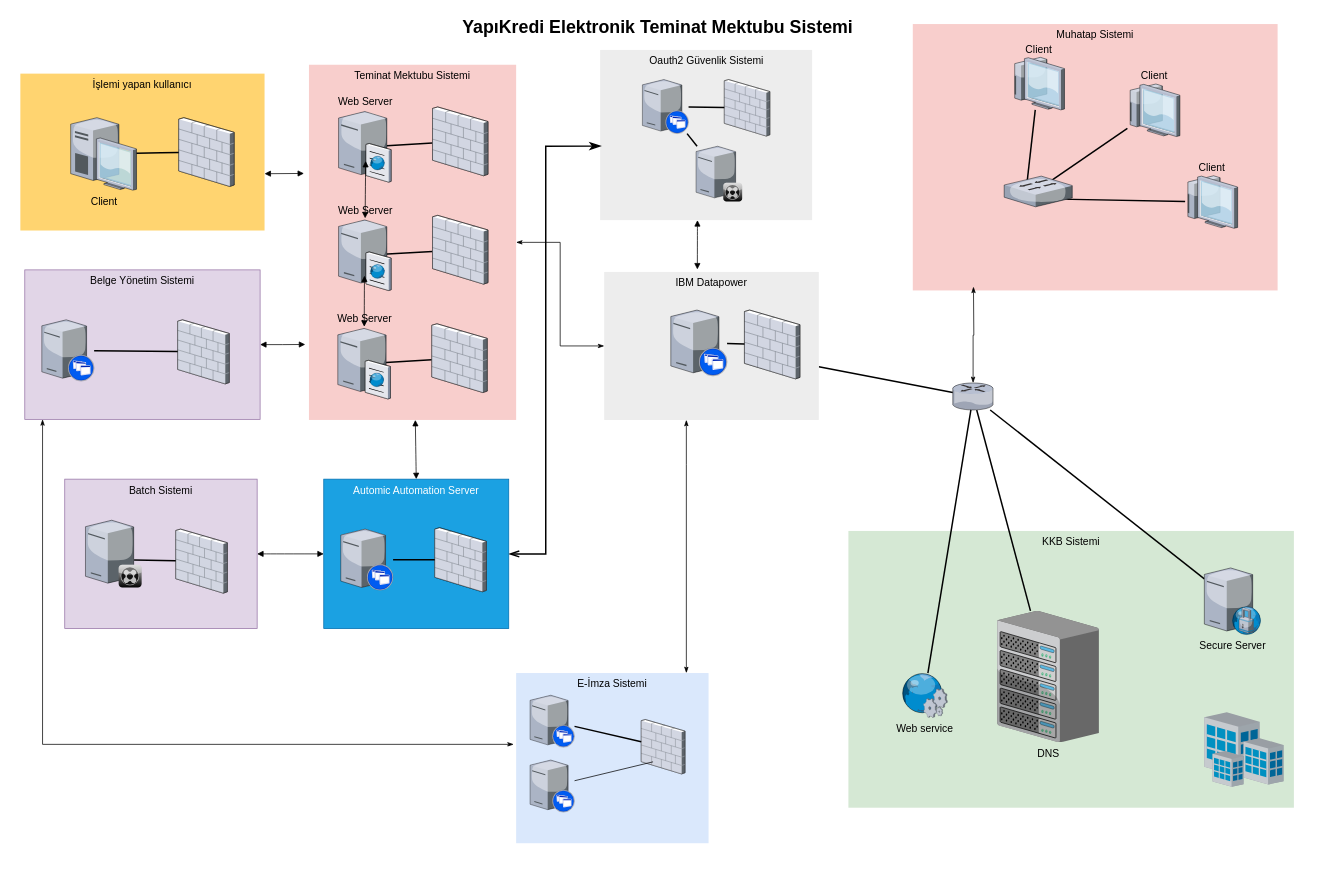
Above: etmp.drawio in dEMonaRE/etmp (draw.io), before the change. Source tidied: cells renumbered, new cells numbered last; positions are measured from the earlier drawing's top-left corner, leaving out a move shared by most shapes. Both pictures are drawn from the tidied source at 74%, with x=0, y=0 at pixel (20, 13).
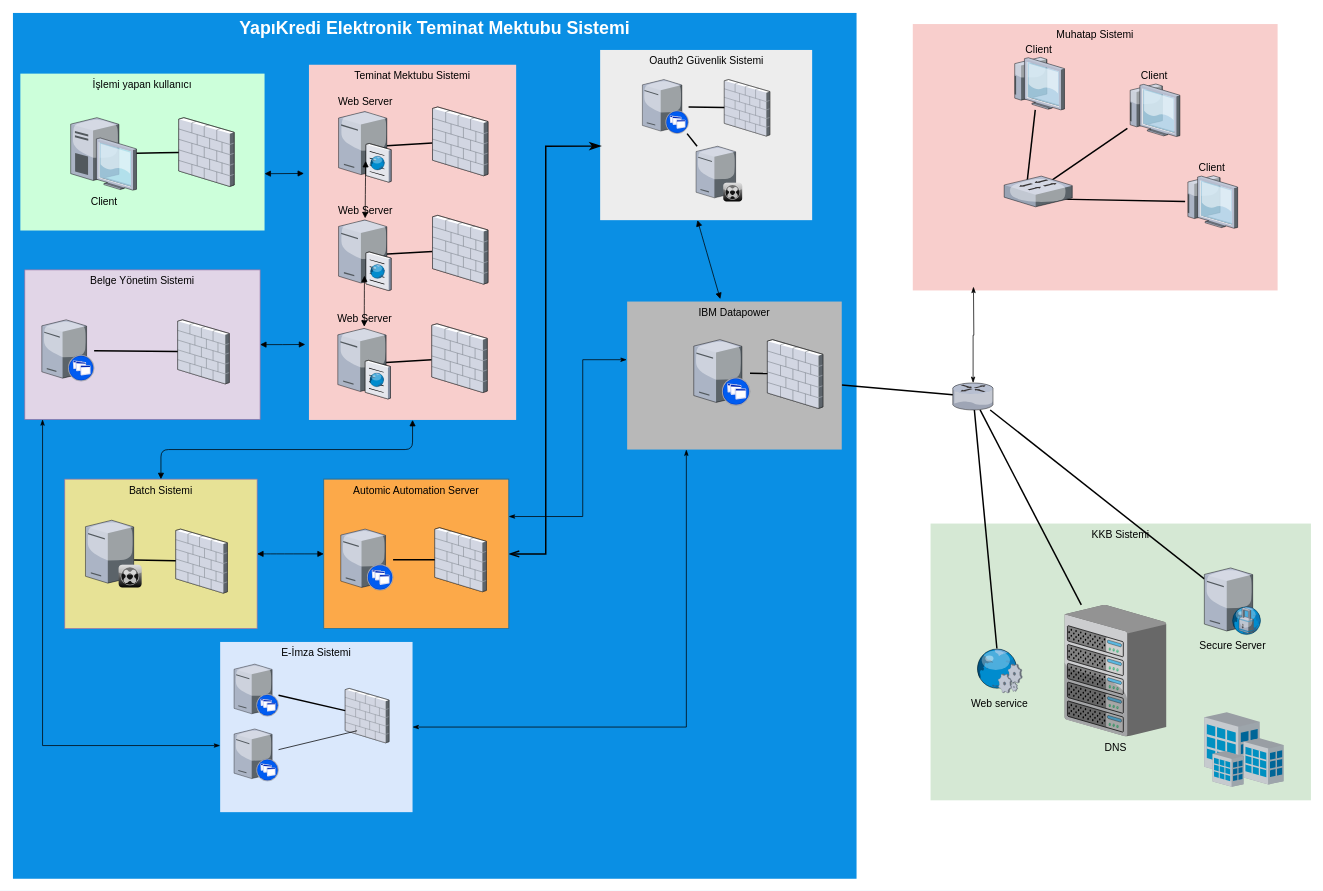
The same diagram, later.

The change refers to these unchanged cells:
```xml
<mxCell id="3" value="Teminat Mektubu Sistemi" style="whiteSpace=wrap;html=1;fillColor=#f8cecc;fontSize=14;strokeColor=none;verticalAlign=top;" parent="1" vertex="1">
  <mxGeometry x="390" y="70" width="280" height="480" as="geometry" />
</mxCell>
<mxCell id="32" value="Belge Yönetim Sistemi" style="whiteSpace=wrap;html=1;fillColor=#e1d5e7;fontSize=14;strokeColor=#9673a6;verticalAlign=top;" parent="31" vertex="1">
  <mxGeometry width="318" height="202" as="geometry" />
</mxCell>
<mxCell id="45" style="group;" parent="1" vertex="1">
  <mxGeometry x="60" y="630" width="318" height="202" as="geometry" />
</mxCell>
<mxCell id="64" value="E-İmza Sistemi" style="whiteSpace=wrap;html=1;fillColor=#dae8fc;fontSize=14;strokeColor=none;verticalAlign=top;" parent="63" vertex="1">
  <mxGeometry width="260" height="230" as="geometry" />
</mxCell>
```

Diff of the diagram source:
```diff
@@
-    <mxCell id="2" style="edgeStyle=orthogonalEdgeStyle;rounded=0;jettySize=auto;html=1;startArrow=classicThin;startFill=1;endArrow=classicThin;endFill=1;" parent="1" edge="1" source="3" target="73">
-      <mxGeometry relative="1" as="geometry" />
-    </mxCell>
+    <mxCell id="28" value="&lt;span style=&quot;font-size: 24px ; font-weight: 700&quot;&gt;&lt;font color=&quot;#ffffff&quot;&gt;YapıKredi Elektronik Teminat Mektubu Sistemi&lt;/font&gt;&lt;/span&gt;" style="whiteSpace=wrap;html=1;fontSize=14;strokeColor=none;verticalAlign=top;fillColor=#0a8fe4;" parent="1" vertex="1">
+      <mxGeometry x="-10" width="1140" height="1170" as="geometry" />
+    </mxCell>
@@
     <mxCell id="5" value="KKB Sistemi" style="whiteSpace=wrap;html=1;fillColor=#d5e8d4;fontSize=14;strokeColor=none;verticalAlign=top;" parent="1" vertex="1">
-      <mxGeometry x="1119" y="700" width="602" height="374" as="geometry" />
+      <mxGeometry x="1230" y="690" width="514" height="374" as="geometry" />
     </mxCell>
-    <mxCell id="6" value="İşlemi yapan kullanıcı" style="whiteSpace=wrap;html=1;fillColor=#FFD470;gradientColor=none;fontSize=14;strokeColor=none;verticalAlign=top;" parent="1" vertex="1">
+    <mxCell id="6" value="İşlemi yapan kullanıcı" style="whiteSpace=wrap;html=1;gradientColor=none;fontSize=14;strokeColor=none;verticalAlign=top;fillColor=#CCFFDA;" parent="1" vertex="1">
       <mxGeometry y="82" width="330" height="212" as="geometry" />
     </mxCell>
@@
     <mxCell id="13" value="DNS" style="verticalLabelPosition=bottom;html=1;verticalAlign=top;strokeColor=none;shape=mxgraph.citrix.chassis;fillColor=#66B2FF;gradientColor=#0066CC;fontSize=14;" parent="1" vertex="1">
-      <mxGeometry x="1320" y="808" width="137.5" height="177.5" as="geometry" />
+      <mxGeometry x="1411" y="800" width="137.5" height="177.5" as="geometry" />
     </mxCell>
@@
     <mxCell id="26" value="Web service" style="verticalLabelPosition=bottom;html=1;verticalAlign=top;strokeColor=none;shape=mxgraph.citrix.web_service;fillColor=#66B2FF;gradientColor=#0066CC;fontSize=14;" parent="1" vertex="1">
-      <mxGeometry x="1190" y="892" width="63" height="60" as="geometry" />
+      <mxGeometry x="1291" y="858.8" width="63" height="60" as="geometry" />
     </mxCell>
@@
-    <mxCell id="28" value="YapıKredi Elektronik Teminat Mektubu Sistemi" style="text;strokeColor=none;fillColor=none;html=1;fontSize=24;fontStyle=1;verticalAlign=middle;align=center;" parent="1" vertex="1">
-      <mxGeometry x="430" width="861" height="40" as="geometry" />
-    </mxCell>
@@
-    <mxCell id="46" value="Batch Sistemi" style="whiteSpace=wrap;html=1;fillColor=#e1d5e7;fontSize=14;strokeColor=#9673a6;verticalAlign=top;" parent="45" vertex="1">
+    <mxCell id="46" value="Batch Sistemi" style="whiteSpace=wrap;html=1;fontSize=14;strokeColor=#9673a6;verticalAlign=top;fillColor=#E7E296;" parent="45" vertex="1">
       <mxGeometry width="260" height="202" as="geometry" />
     </mxCell>
@@
-    <mxCell id="59" style="edgeStyle=none;curved=1;jettySize=auto;html=1;startArrow=block;startFill=1;endArrow=block;endFill=1;exitX=0.5;exitY=0;exitDx=0;exitDy=0;" parent="1" edge="1" source="79" target="3">
+    <mxCell id="59" style="edgeStyle=orthogonalEdgeStyle;jettySize=auto;html=1;startArrow=block;startFill=1;endArrow=block;endFill=1;exitX=0.5;exitY=0;exitDx=0;exitDy=0;" parent="1" edge="1" source="46" target="3">
       <mxGeometry relative="1" as="geometry" />
     </mxCell>
@@
     <mxCell id="62" style="group;" parent="1" vertex="1">
-      <mxGeometry x="670" y="892" width="260" height="230" as="geometry" />
+      <mxGeometry x="270" y="850" width="260" height="230" as="geometry" />
     </mxCell>
@@
     <mxCell id="72" style="group;" parent="1" vertex="1">
-      <mxGeometry x="789" y="350" width="330" height="200" as="geometry" />
+      <mxGeometry x="820" y="390" width="330" height="200" as="geometry" />
     </mxCell>
-    <mxCell id="73" value="IBM Datapower&lt;br&gt;" style="whiteSpace=wrap;html=1;fillColor=#EDEDED;fontSize=14;strokeColor=none;verticalAlign=top;" parent="72" vertex="1">
+    <mxCell id="73" value="IBM Datapower&lt;br&gt;" style="whiteSpace=wrap;html=1;fontSize=14;strokeColor=none;verticalAlign=top;fillColor=#B8B8B8;" parent="72" vertex="1">
       <mxGeometry width="290" height="200" as="geometry" />
     </mxCell>
@@
-    <mxCell id="77" style="edgeStyle=orthogonalEdgeStyle;rounded=0;jettySize=auto;html=1;startArrow=classicThin;startFill=1;endArrow=classicThin;endFill=1;entryX=-0.013;entryY=0.419;entryDx=0;entryDy=0;entryPerimeter=0;" parent="1" edge="1" source="32" target="64">
+    <mxCell id="77" style="edgeStyle=orthogonalEdgeStyle;rounded=0;jettySize=auto;html=1;startArrow=classicThin;startFill=1;endArrow=classicThin;endFill=1;" parent="1" edge="1" source="32" target="64">
       <mxGeometry relative="1" as="geometry">
         <Array as="points">
-          <mxPoint x="30" y="988" />
+          <mxPoint x="30" y="990" />
         </Array>
       </mxGeometry>
     </mxCell>
-    <mxCell id="78" style="group;" parent="1" vertex="1">
+    <mxCell id="78" style="group;fillColor=#f5f5f5;strokeColor=#666666;fontColor=#333333;" parent="1" vertex="1">
       <mxGeometry x="410" y="630" width="250" height="202" as="geometry" />
     </mxCell>
-    <mxCell id="79" value="Automic Automation Server" style="whiteSpace=wrap;html=1;fillColor=#1ba1e2;fontSize=14;strokeColor=#006EAF;verticalAlign=top;fontColor=#ffffff;" parent="78" vertex="1">
+    <mxCell id="79" value="&lt;font color=&quot;#000000&quot;&gt;Automic Automation Server&lt;/font&gt;" style="whiteSpace=wrap;html=1;fontSize=14;strokeColor=#006EAF;verticalAlign=top;fontColor=#ffffff;fillColor=#FCA949;" parent="78" vertex="1">
       <mxGeometry width="250" height="202" as="geometry" />
     </mxCell>
@@
+    <mxCell id="83" style="edgeStyle=orthogonalEdgeStyle;rounded=0;jettySize=auto;html=1;exitX=1;exitY=0.25;exitDx=0;exitDy=0;entryX=-0.002;entryY=0.393;entryDx=0;entryDy=0;entryPerimeter=0;startArrow=classicThin;startFill=1;endArrow=classicThin;endFill=1;" parent="1" edge="1" source="79" target="73">
+      <mxGeometry relative="1" as="geometry">
+        <Array as="points">
+          <mxPoint x="760" y="681" />
+          <mxPoint x="760" y="469" />
+        </Array>
+      </mxGeometry>
+    </mxCell>
```
